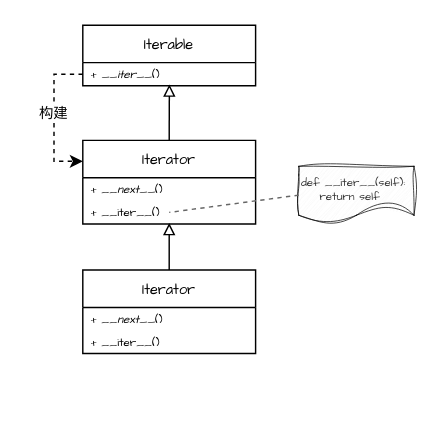
This is Draw_Files/Python.drawio from wangmu0115/WangMu, a draw.io file, before an edit. Source tidied: cells renumbered, new cells numbered last; positions are measured from the earlier drawing's top-left corner, leaving out a move shared by most shapes. Both pictures are drawn from the tidied source at 144%, with x=0, y=0 at pixel (24, 24).
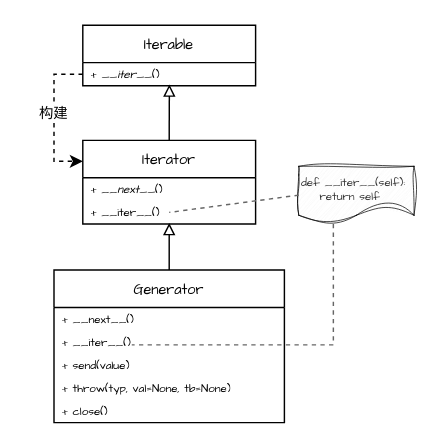
The same page after the edit.

Unchanged cells that the change refers to:
```xml
<mxCell id="3" value="+ &lt;i&gt;__iter__&lt;/i&gt;()" style="text;strokeColor=none;fillColor=none;align=left;verticalAlign=middle;spacingLeft=4;spacingRight=4;overflow=hidden;points=[[0,0.5],[1,0.5]];portConstraint=eastwest;whiteSpace=wrap;html=1;fontFamily=Comic Sans MS;fontSize=8;" parent="2" vertex="1">
  <mxGeometry y="26" width="120" height="16" as="geometry" />
</mxCell>
<mxCell id="4" value="Iterator" style="swimlane;fontStyle=0;align=center;verticalAlign=middle;horizontal=1;startSize=26;whiteSpace=wrap;html=1;fontFamily=Comic Sans MS;fontSize=10;" parent="1" vertex="1">
  <mxGeometry x="40" y="80" width="120" height="58" as="geometry" />
</mxCell>
```

The edit, as a diff of the source:
```diff
@@
-    <mxCell id="8" style="edgeStyle=orthogonalEdgeStyle;rounded=0;jettySize=auto;html=1;exitX=0;exitY=0.5;exitDx=0;exitDy=0;entryX=0;entryY=0.25;entryDx=0;entryDy=0;dashed=1;" parent="1" edge="1" source="3" target="4">
+    <mxCell id="8" style="edgeStyle=orthogonalEdgeStyle;rounded=0;jettySize=auto;html=1;entryX=0;entryY=0.25;entryDx=0;entryDy=0;dashed=1;" parent="1" edge="1" source="3" target="4">
       <mxGeometry relative="1" as="geometry" />
     </mxCell>
@@
-    <mxCell id="12" value="Iterator" style="swimlane;fontStyle=0;align=center;verticalAlign=middle;horizontal=1;startSize=26;whiteSpace=wrap;html=1;fontFamily=Comic Sans MS;fontSize=10;" parent="1" vertex="1">
-      <mxGeometry x="40" y="170" width="120" height="58" as="geometry" />
+    <mxCell id="12" value="Generator" style="swimlane;fontStyle=0;align=center;verticalAlign=middle;horizontal=1;startSize=26;whiteSpace=wrap;html=1;fontFamily=Comic Sans MS;fontSize=10;" parent="1" vertex="1">
+      <mxGeometry x="20" y="170" width="160" height="106" as="geometry" />
     </mxCell>
-    <mxCell id="13" value="+ __&lt;i&gt;next__&lt;/i&gt;()" style="text;strokeColor=none;fillColor=none;align=left;verticalAlign=middle;spacingLeft=4;spacingRight=4;overflow=hidden;whiteSpace=wrap;html=1;fontFamily=Comic Sans MS;fontSize=8;" parent="12" vertex="1">
-      <mxGeometry y="26" width="120" height="16" as="geometry" />
+    <mxCell id="13" value="+ __&lt;span&gt;next__&lt;/span&gt;()" style="text;strokeColor=none;fillColor=none;align=left;verticalAlign=middle;spacingLeft=4;spacingRight=4;overflow=hidden;whiteSpace=wrap;html=1;fontFamily=Comic Sans MS;fontSize=8;fontStyle=0;" parent="12" vertex="1">
+      <mxGeometry y="26" width="160" height="16" as="geometry" />
     </mxCell>
+    <mxCell id="16" value="+ __iter__()" style="text;strokeColor=none;fillColor=none;align=left;verticalAlign=middle;spacingLeft=4;spacingRight=4;overflow=hidden;whiteSpace=wrap;html=1;fontFamily=Comic Sans MS;fontSize=8;" parent="12" vertex="1">
+      <mxGeometry y="42" width="160" height="16" as="geometry" />
+    </mxCell>
+    <mxCell id="17" value="+ send(value)" style="text;strokeColor=none;fillColor=none;align=left;verticalAlign=middle;spacingLeft=4;spacingRight=4;overflow=hidden;whiteSpace=wrap;html=1;fontFamily=Comic Sans MS;fontSize=8;fontStyle=0;" parent="12" vertex="1">
+      <mxGeometry y="58" width="160" height="16" as="geometry" />
+    </mxCell>
-    <mxCell id="14" value="+ __iter__()" style="text;strokeColor=none;fillColor=none;align=left;verticalAlign=middle;spacingLeft=4;spacingRight=4;overflow=hidden;whiteSpace=wrap;html=1;fontFamily=Comic Sans MS;fontSize=8;" parent="12" vertex="1">
-      <mxGeometry y="42" width="120" height="16" as="geometry" />
+    <mxCell id="14" value="+ throw(typ, val=None, tb=None)" style="text;strokeColor=none;fillColor=none;align=left;verticalAlign=middle;spacingLeft=4;spacingRight=4;overflow=hidden;whiteSpace=wrap;html=1;fontFamily=Comic Sans MS;fontSize=8;" parent="12" vertex="1">
+      <mxGeometry y="74" width="160" height="16" as="geometry" />
     </mxCell>
+    <mxCell id="18" value="+ close()" style="text;strokeColor=none;fillColor=none;align=left;verticalAlign=middle;spacingLeft=4;spacingRight=4;overflow=hidden;whiteSpace=wrap;html=1;fontFamily=Comic Sans MS;fontSize=8;" parent="12" vertex="1">
+      <mxGeometry y="90" width="160" height="16" as="geometry" />
+    </mxCell>
@@
+    <mxCell id="19" style="rounded=0;orthogonalLoop=1;jettySize=auto;html=1;dashed=1;endArrow=none;endFill=0;fillColor=#f5f5f5;strokeColor=#666666;" parent="1" edge="1">
+      <mxGeometry relative="1" as="geometry">
+        <mxPoint x="214" y="138" as="sourcePoint" />
+        <mxPoint x="74" y="222" as="targetPoint" />
+        <Array as="points">
+          <mxPoint x="214" y="222" />
+        </Array>
+      </mxGeometry>
+    </mxCell>
```
